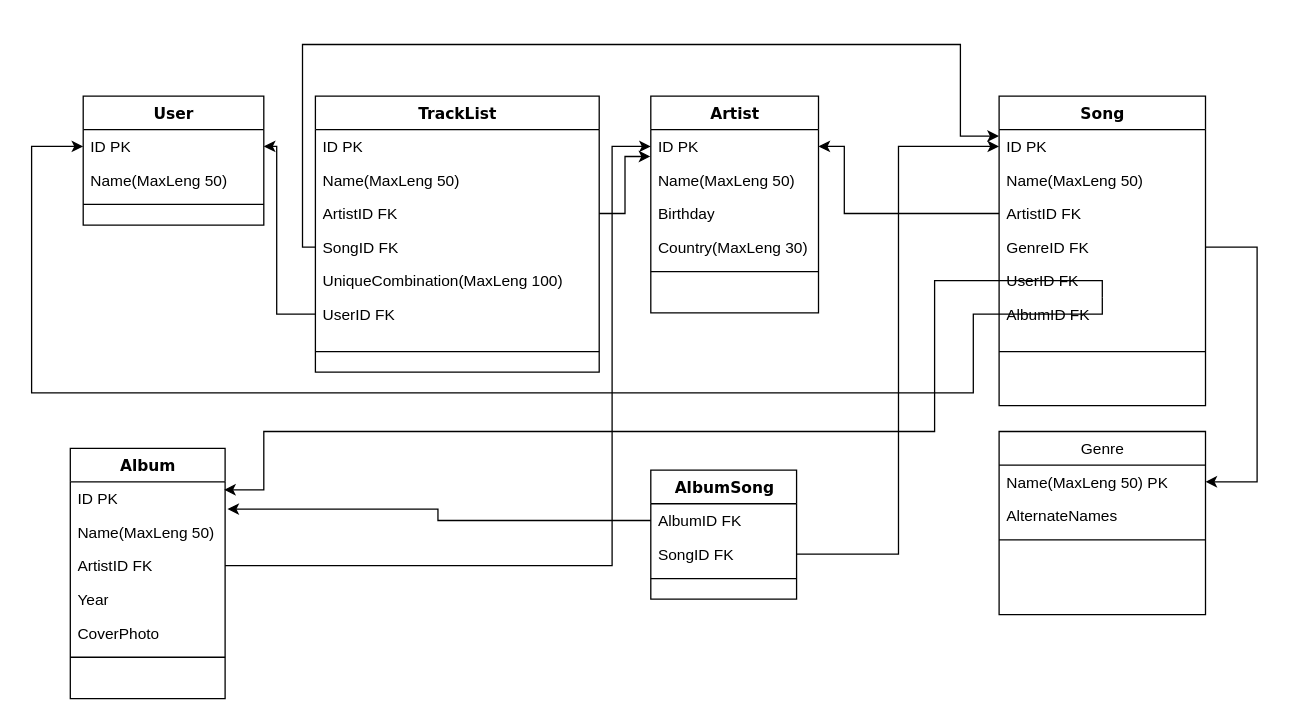
Before: TrackListDiagram.drawio in C0baltt/Course_project, a draw.io diagram. Source tidied: cells renumbered, new cells numbered last; positions are measured from the earlier drawing's top-left corner, leaving out a move shared by most shapes. Both pictures are drawn from the tidied source at 129%, with x=0, y=0 at pixel (31, 44).
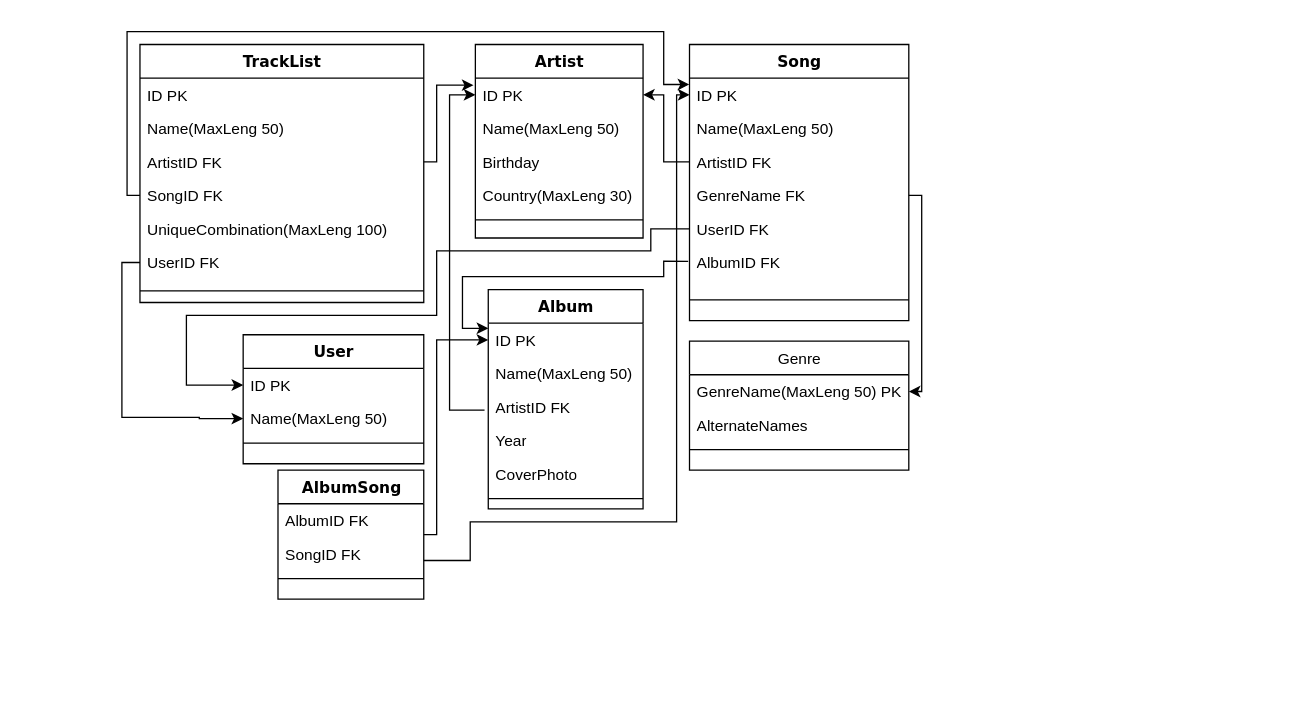
The same diagram, later.

Unchanged cells that the change refers to:
```xml
<mxCell id="3" value="ID PK" style="text;html=1;strokeColor=none;fillColor=none;align=left;verticalAlign=top;spacingLeft=4;spacingRight=4;whiteSpace=wrap;overflow=hidden;points=[[0,0.5],[1,0.5]];portConstraint=eastwest;" parent="2" vertex="1">
  <mxGeometry y="26" width="140" height="26" as="geometry" />
</mxCell>
<mxCell id="4" value="Name(MaxLeng 50)" style="text;html=1;strokeColor=none;fillColor=none;align=left;verticalAlign=top;spacingLeft=4;spacingRight=4;whiteSpace=wrap;overflow=hidden;points=[[0,0.5],[1,0.5]];portConstraint=eastwest;" parent="2" vertex="1">
  <mxGeometry y="52" width="140" height="26" as="geometry" />
</mxCell>
<mxCell id="9" value="ArtistID FK" style="text;html=1;strokeColor=none;fillColor=none;align=left;verticalAlign=top;spacingLeft=4;spacingRight=4;whiteSpace=wrap;overflow=hidden;points=[[0,0.5],[1,0.5]];portConstraint=eastwest;" parent="6" vertex="1">
  <mxGeometry y="78" width="220" height="26" as="geometry" />
</mxCell>
<mxCell id="10" value="SongID FK" style="text;html=1;strokeColor=none;fillColor=none;align=left;verticalAlign=top;spacingLeft=4;spacingRight=4;whiteSpace=wrap;overflow=hidden;points=[[0,0.5],[1,0.5]];portConstraint=eastwest;" parent="6" vertex="1">
  <mxGeometry y="104" width="220" height="26" as="geometry" />
</mxCell>
<mxCell id="12" value="UserID FK" style="text;html=1;strokeColor=none;fillColor=none;align=left;verticalAlign=top;spacingLeft=4;spacingRight=4;whiteSpace=wrap;overflow=hidden;points=[[0,0.5],[1,0.5]];portConstraint=eastwest;" parent="6" vertex="1">
  <mxGeometry y="156" width="220" height="26" as="geometry" />
</mxCell>
<mxCell id="15" value="ID PK" style="text;html=1;strokeColor=none;fillColor=none;align=left;verticalAlign=top;spacingLeft=4;spacingRight=4;whiteSpace=wrap;overflow=hidden;points=[[0,0.5],[1,0.5]];portConstraint=eastwest;" parent="14" vertex="1">
  <mxGeometry y="26" width="120" height="26" as="geometry" />
</mxCell>
<mxCell id="17" value="ArtistID FK" style="text;html=1;strokeColor=none;fillColor=none;align=left;verticalAlign=top;spacingLeft=4;spacingRight=4;whiteSpace=wrap;overflow=hidden;points=[[0,0.5],[1,0.5]];portConstraint=eastwest;" parent="14" vertex="1">
  <mxGeometry y="78" width="120" height="26" as="geometry" />
</mxCell>
<mxCell id="22" value="ID PK" style="text;html=1;strokeColor=none;fillColor=none;align=left;verticalAlign=top;spacingLeft=4;spacingRight=4;whiteSpace=wrap;overflow=hidden;points=[[0,0.5],[1,0.5]];portConstraint=eastwest;" parent="21" vertex="1">
  <mxGeometry y="26" width="130" height="26" as="geometry" />
</mxCell>
<mxCell id="28" value="AlbumID FK" style="text;html=1;strokeColor=none;fillColor=none;align=left;verticalAlign=top;spacingLeft=4;spacingRight=4;whiteSpace=wrap;overflow=hidden;points=[[0,0.5],[1,0.5]];portConstraint=eastwest;" parent="27" vertex="1">
  <mxGeometry y="26" width="113" height="26" as="geometry" />
</mxCell>
<mxCell id="29" value="SongID FK" style="text;html=1;strokeColor=none;fillColor=none;align=left;verticalAlign=top;spacingLeft=4;spacingRight=4;whiteSpace=wrap;overflow=hidden;points=[[0,0.5],[1,0.5]];portConstraint=eastwest;" parent="27" vertex="1">
  <mxGeometry y="52" width="113" height="26" as="geometry" />
</mxCell>
```

The edit, as a diff of the source:
```diff
@@
     <mxCell id="2" value="User" style="swimlane;html=1;fontStyle=1;align=center;verticalAlign=top;horizontal=1;startSize=26;swimlaneFillColor=#ffffff;rounded=0;shadow=0;comic=0;labelBackgroundColor=none;strokeWidth=1;fillColor=none;fontFamily=Verdana;fontSize=12;" parent="1" vertex="1">
-      <mxGeometry x="40" y="40" width="140" height="100" as="geometry" />
+      <mxGeometry x="164" y="225" width="140" height="100" as="geometry" />
     </mxCell>
@@
     <mxCell id="6" value="TrackList" style="swimlane;html=1;fontStyle=1;align=center;verticalAlign=top;horizontal=1;startSize=26;swimlaneFillColor=#ffffff;rounded=0;shadow=0;comic=0;labelBackgroundColor=none;strokeWidth=1;fillColor=none;fontFamily=Verdana;fontSize=12;" parent="1" vertex="1">
-      <mxGeometry x="220" y="40" width="220" height="214" as="geometry" />
+      <mxGeometry x="84" width="220" height="200" as="geometry" />
     </mxCell>
@@
     <mxCell id="13" style="line;html=1;strokeWidth=1;fillColor=none;align=left;verticalAlign=middle;spacingTop=-1;spacingLeft=3;spacingRight=3;labelPosition=right;" parent="6" vertex="1">
-      <mxGeometry y="182" width="220" height="32" as="geometry" />
+      <mxGeometry y="182" width="220" height="18" as="geometry" />
     </mxCell>
     <mxCell id="14" value="Album" style="swimlane;html=1;fontStyle=1;align=center;verticalAlign=top;horizontal=1;startSize=26;swimlaneFillColor=#ffffff;rounded=0;shadow=0;comic=0;labelBackgroundColor=none;strokeWidth=1;fillColor=none;fontFamily=Verdana;fontSize=12;" parent="1" vertex="1">
-      <mxGeometry x="30" y="313" width="120" height="194" as="geometry" />
+      <mxGeometry x="354" y="190" width="120" height="170" as="geometry" />
     </mxCell>
@@
     <mxCell id="21" value="Artist" style="swimlane;html=1;fontStyle=1;align=center;verticalAlign=top;horizontal=1;startSize=26;swimlaneFillColor=#ffffff;rounded=0;shadow=0;comic=0;labelBackgroundColor=none;strokeWidth=1;fillColor=none;fontFamily=Verdana;fontSize=12;" parent="1" vertex="1">
-      <mxGeometry x="480" y="40" width="130" height="168" as="geometry" />
+      <mxGeometry x="344" width="130" height="150" as="geometry" />
     </mxCell>
@@
     <mxCell id="27" value="AlbumSong" style="swimlane;html=1;fontStyle=1;align=center;verticalAlign=top;horizontal=1;startSize=26;swimlaneFillColor=#ffffff;rounded=0;shadow=0;comic=0;labelBackgroundColor=none;strokeWidth=1;fillColor=none;fontFamily=Verdana;fontSize=12;" parent="1" vertex="1">
-      <mxGeometry x="480" y="330" width="113" height="100" as="geometry" />
+      <mxGeometry x="191" y="330" width="113" height="100" as="geometry" />
     </mxCell>
@@
     <mxCell id="31" value="Song" style="swimlane;html=1;fontStyle=1;align=center;verticalAlign=top;horizontal=1;startSize=26;swimlaneFillColor=#ffffff;rounded=0;shadow=0;comic=0;labelBackgroundColor=none;strokeWidth=1;fillColor=none;fontFamily=Verdana;fontSize=12;" parent="1" vertex="1">
-      <mxGeometry x="750" y="40" width="160" height="240" as="geometry" />
+      <mxGeometry x="510" width="170" height="214" as="geometry" />
     </mxCell>
     <mxCell id="32" value="ID PK" style="text;html=1;strokeColor=none;fillColor=none;align=left;verticalAlign=top;spacingLeft=4;spacingRight=4;whiteSpace=wrap;overflow=hidden;points=[[0,0.5],[1,0.5]];portConstraint=eastwest;" parent="31" vertex="1">
-      <mxGeometry y="26" width="160" height="26" as="geometry" />
+      <mxGeometry y="26" width="170" height="26" as="geometry" />
     </mxCell>
     <mxCell id="33" value="Name(MaxLeng 50)" style="text;html=1;strokeColor=none;fillColor=none;align=left;verticalAlign=top;spacingLeft=4;spacingRight=4;whiteSpace=wrap;overflow=hidden;" parent="31" vertex="1">
-      <mxGeometry y="52" width="160" height="26" as="geometry" />
+      <mxGeometry y="52" width="170" height="26" as="geometry" />
     </mxCell>
     <mxCell id="34" value="ArtistID FK" style="text;html=1;strokeColor=none;fillColor=none;align=left;verticalAlign=top;spacingLeft=4;spacingRight=4;whiteSpace=wrap;overflow=hidden;points=[[0,0.5],[1,0.5]];portConstraint=eastwest;" parent="31" vertex="1">
-      <mxGeometry y="78" width="160" height="26" as="geometry" />
+      <mxGeometry y="78" width="170" height="26" as="geometry" />
     </mxCell>
-    <mxCell id="35" value="GenreID FK" style="text;html=1;strokeColor=none;fillColor=none;align=left;verticalAlign=top;spacingLeft=4;spacingRight=4;whiteSpace=wrap;overflow=hidden;points=[[0,0.5],[1,0.5]];portConstraint=eastwest;" parent="31" vertex="1">
-      <mxGeometry y="104" width="160" height="26" as="geometry" />
+    <mxCell id="35" value="GenreName FK" style="text;html=1;strokeColor=none;fillColor=none;align=left;verticalAlign=top;spacingLeft=4;spacingRight=4;whiteSpace=wrap;overflow=hidden;points=[[0,0.5],[1,0.5]];portConstraint=eastwest;" parent="31" vertex="1">
+      <mxGeometry y="104" width="170" height="26" as="geometry" />
     </mxCell>
     <mxCell id="36" value="UserID FK" style="text;html=1;strokeColor=none;fillColor=none;align=left;verticalAlign=top;spacingLeft=4;spacingRight=4;whiteSpace=wrap;overflow=hidden;points=[[0,0.5],[1,0.5]];portConstraint=eastwest;" parent="31" vertex="1">
-      <mxGeometry y="130" width="160" height="26" as="geometry" />
+      <mxGeometry y="130" width="170" height="26" as="geometry" />
     </mxCell>
     <mxCell id="37" value="AlbumID FK" style="text;html=1;strokeColor=none;fillColor=none;align=left;verticalAlign=top;spacingLeft=4;spacingRight=4;whiteSpace=wrap;overflow=hidden;points=[[0,0.5],[1,0.5]];portConstraint=eastwest;" parent="31" vertex="1">
-      <mxGeometry y="156" width="160" height="26" as="geometry" />
+      <mxGeometry y="156" width="170" height="26" as="geometry" />
     </mxCell>
     <mxCell id="38" style="line;html=1;strokeWidth=1;fillColor=none;align=left;verticalAlign=middle;spacingTop=-1;spacingLeft=3;spacingRight=3;labelPosition=right;" parent="31" vertex="1">
-      <mxGeometry y="182" width="160" height="32" as="geometry" />
+      <mxGeometry y="182" width="170" height="32" as="geometry" />
     </mxCell>
     <mxCell id="39" value="&lt;span style=&quot;font-family: &amp;#34;helvetica&amp;#34; ; font-weight: 400 ; text-align: left&quot;&gt;Genre&lt;/span&gt;" style="swimlane;html=1;fontStyle=1;align=center;verticalAlign=top;horizontal=1;startSize=26;swimlaneFillColor=#ffffff;rounded=0;shadow=0;comic=0;labelBackgroundColor=none;strokeWidth=1;fillColor=none;fontFamily=Verdana;fontSize=12;" parent="1" vertex="1">
-      <mxGeometry x="750" y="300" width="160" height="142" as="geometry" />
+      <mxGeometry x="510" y="230" width="170" height="100" as="geometry" />
     </mxCell>
-    <mxCell id="40" value="Name(MaxLeng 50) PK" style="text;html=1;strokeColor=none;fillColor=none;align=left;verticalAlign=top;spacingLeft=4;spacingRight=4;whiteSpace=wrap;overflow=hidden;points=[[0,0.5],[1,0.5]];portConstraint=eastwest;" parent="39" vertex="1">
-      <mxGeometry y="26" width="160" height="26" as="geometry" />
+    <mxCell id="40" value="GenreName(MaxLeng 50) PK" style="text;html=1;strokeColor=none;fillColor=none;align=left;verticalAlign=top;spacingLeft=4;spacingRight=4;whiteSpace=wrap;overflow=hidden;points=[[0,0.5],[1,0.5]];portConstraint=eastwest;" parent="39" vertex="1">
+      <mxGeometry y="26" width="170" height="26" as="geometry" />
     </mxCell>
     <mxCell id="41" value="AlternateNames" style="text;html=1;strokeColor=none;fillColor=none;align=left;verticalAlign=top;spacingLeft=4;spacingRight=4;whiteSpace=wrap;overflow=hidden;" parent="39" vertex="1">
-      <mxGeometry y="52" width="160" height="26" as="geometry" />
+      <mxGeometry y="52" width="170" height="26" as="geometry" />
     </mxCell>
     <mxCell id="42" style="line;html=1;strokeWidth=1;fillColor=none;align=left;verticalAlign=middle;spacingTop=-1;spacingLeft=3;spacingRight=3;labelPosition=right;" parent="39" vertex="1">
-      <mxGeometry y="78" width="160" height="12" as="geometry" />
+      <mxGeometry y="78" width="170" height="12" as="geometry" />
     </mxCell>
-    <mxCell id="43" style="edgeStyle=orthogonalEdgeStyle;rounded=0;jettySize=auto;html=1;entryX=1;entryY=0.5;entryDx=0;entryDy=0;" parent="1" edge="1" source="12" target="3">
+    <mxCell id="43" style="edgeStyle=orthogonalEdgeStyle;rounded=0;jettySize=auto;html=1;entryX=0;entryY=0.5;entryDx=0;entryDy=0;" parent="1" edge="1" source="12" target="4">
       <mxGeometry relative="1" as="geometry">
         <Array as="points">
-          <mxPoint x="190" y="209" />
-          <mxPoint x="190" y="79" />
+          <mxPoint x="70" y="169" />
+          <mxPoint x="70" y="289" />
+          <mxPoint x="130" y="289" />
         </Array>
       </mxGeometry>
     </mxCell>
-    <mxCell id="44" style="edgeStyle=orthogonalEdgeStyle;rounded=0;jettySize=auto;html=1;exitX=0;exitY=0.5;exitDx=0;exitDy=0;entryX=-0.001;entryY=0.192;entryDx=0;entryDy=0;entryPerimeter=0;" parent="1" edge="1" source="10" target="32">
+    <mxCell id="44" style="edgeStyle=orthogonalEdgeStyle;rounded=0;jettySize=auto;html=1;exitX=0;exitY=0.5;exitDx=0;exitDy=0;entryX=-0.001;entryY=0.192;entryDx=0;entryDy=0;entryPerimeter=0;fillColor=#00BF00;" parent="1" edge="1" source="10" target="32">
       <mxGeometry relative="1" as="geometry">
         <Array as="points">
-          <mxPoint x="210" y="157" />
-          <mxPoint x="210" />
-          <mxPoint x="720" />
-          <mxPoint x="720" y="71" />
+          <mxPoint x="74" y="117" />
+          <mxPoint x="74" y="-10" />
+          <mxPoint x="490" y="-10" />
+          <mxPoint x="490" y="31" />
         </Array>
       </mxGeometry>
     </mxCell>
-    <mxCell id="45" style="edgeStyle=orthogonalEdgeStyle;rounded=0;jettySize=auto;html=1;exitX=1;exitY=0.5;exitDx=0;exitDy=0;entryX=1;entryY=0.5;entryDx=0;entryDy=0;" parent="1" edge="1" source="35">
+    <mxCell id="45" style="edgeStyle=orthogonalEdgeStyle;rounded=0;jettySize=auto;html=1;exitX=1;exitY=0.5;exitDx=0;exitDy=0;entryX=1;entryY=0.5;entryDx=0;entryDy=0;" parent="1" edge="1" source="35" target="40">
       <mxGeometry relative="1" as="geometry">
-        <mxPoint x="910" y="339" as="targetPoint" />
         <Array as="points">
-          <mxPoint x="950" y="157" />
-          <mxPoint x="950" y="339" />
+          <mxPoint x="690" y="117" />
+          <mxPoint x="690" y="269" />
         </Array>
       </mxGeometry>
     </mxCell>
-    <mxCell id="46" style="edgeStyle=orthogonalEdgeStyle;rounded=0;jettySize=auto;html=1;entryX=0;entryY=0.5;entryDx=0;entryDy=0;" parent="1" edge="1" source="36" target="3">
+    <mxCell id="46" style="edgeStyle=orthogonalEdgeStyle;rounded=0;jettySize=auto;html=1;exitX=-0.006;exitY=0.463;exitDx=0;exitDy=0;exitPerimeter=0;" parent="1" edge="1" source="37" target="15">
       <mxGeometry relative="1" as="geometry">
         <Array as="points">
-          <mxPoint x="730" y="209" />
-          <mxPoint x="730" y="270" />
-          <mxPoint y="270" />
-          <mxPoint y="79" />
+          <mxPoint x="490" y="168" />
+          <mxPoint x="490" y="180" />
+          <mxPoint x="334" y="180" />
+          <mxPoint x="334" y="220" />
         </Array>
       </mxGeometry>
     </mxCell>
     <mxCell id="47" style="edgeStyle=orthogonalEdgeStyle;rounded=0;jettySize=auto;html=1;entryX=0;entryY=0.5;entryDx=0;entryDy=0;" parent="1" edge="1" source="29" target="32">
       <mxGeometry relative="1" as="geometry">
         <Array as="points">
-          <mxPoint x="672" y="395" />
-          <mxPoint x="672" y="79" />
+          <mxPoint x="340" y="400" />
+          <mxPoint x="340" y="370" />
+          <mxPoint x="500" y="370" />
+          <mxPoint x="500" y="39" />
         </Array>
       </mxGeometry>
     </mxCell>
-    <mxCell id="48" style="edgeStyle=orthogonalEdgeStyle;rounded=0;jettySize=auto;html=1;entryX=0.994;entryY=0.237;entryDx=0;entryDy=0;entryPerimeter=0;" parent="1" edge="1" source="37" target="15">
+    <mxCell id="48" style="edgeStyle=orthogonalEdgeStyle;rounded=0;jettySize=auto;html=1;exitX=0;exitY=0.5;exitDx=0;exitDy=0;entryX=0;entryY=0.5;entryDx=0;entryDy=0;" parent="1" edge="1" source="36" target="3">
       <mxGeometry relative="1" as="geometry">
         <Array as="points">
-          <mxPoint x="700" y="183" />
-          <mxPoint x="700" y="300" />
-          <mxPoint x="180" y="300" />
-          <mxPoint x="180" y="345" />
+          <mxPoint x="480" y="143" />
+          <mxPoint x="480" y="160" />
+          <mxPoint x="314" y="160" />
+          <mxPoint x="314" y="210" />
+          <mxPoint x="120" y="210" />
+          <mxPoint x="120" y="264" />
         </Array>
       </mxGeometry>
     </mxCell>
     <mxCell id="49" style="edgeStyle=orthogonalEdgeStyle;rounded=0;jettySize=auto;html=1;exitX=0;exitY=0.5;exitDx=0;exitDy=0;entryX=1;entryY=0.5;entryDx=0;entryDy=0;" parent="1" edge="1" source="34" target="22">
       <mxGeometry relative="1" as="geometry">
         <Array as="points">
-          <mxPoint x="630" y="131" />
-          <mxPoint x="630" y="79" />
+          <mxPoint x="490" y="91" />
+          <mxPoint x="490" y="39" />
         </Array>
       </mxGeometry>
     </mxCell>
-    <mxCell id="50" style="edgeStyle=orthogonalEdgeStyle;rounded=0;jettySize=auto;html=1;" parent="1" edge="1" source="17" target="22">
+    <mxCell id="50" style="edgeStyle=orthogonalEdgeStyle;rounded=0;jettySize=auto;html=1;exitX=-0.024;exitY=0.593;exitDx=0;exitDy=0;exitPerimeter=0;entryX=0;entryY=0.5;entryDx=0;entryDy=0;" parent="1" edge="1" source="17" target="22">
       <mxGeometry relative="1" as="geometry">
         <Array as="points">
-          <mxPoint x="450" y="404" />
-          <mxPoint x="450" y="79" />
+          <mxPoint x="324" y="283" />
+          <mxPoint x="324" y="39" />
         </Array>
       </mxGeometry>
     </mxCell>
-    <mxCell id="51" style="edgeStyle=orthogonalEdgeStyle;rounded=0;jettySize=auto;html=1;entryX=-0.003;entryY=0.801;entryDx=0;entryDy=0;entryPerimeter=0;" parent="1" edge="1" source="9" target="22">
-      <mxGeometry relative="1" as="geometry" />
+    <mxCell id="51" style="edgeStyle=orthogonalEdgeStyle;rounded=0;jettySize=auto;html=1;entryX=-0.011;entryY=0.212;entryDx=0;entryDy=0;entryPerimeter=0;" parent="1" edge="1" source="9" target="22">
+      <mxGeometry relative="1" as="geometry">
+        <Array as="points">
+          <mxPoint x="314" y="91" />
+          <mxPoint x="314" y="32" />
+        </Array>
+      </mxGeometry>
     </mxCell>
-    <mxCell id="52" style="edgeStyle=orthogonalEdgeStyle;rounded=0;jettySize=auto;html=1;entryX=1.015;entryY=0.814;entryDx=0;entryDy=0;entryPerimeter=0;" parent="1" edge="1" source="28" target="15">
-      <mxGeometry relative="1" as="geometry" />
+    <mxCell id="52" style="edgeStyle=orthogonalEdgeStyle;rounded=0;jettySize=auto;html=1;" parent="1" edge="1" source="28" target="15">
+      <mxGeometry relative="1" as="geometry">
+        <Array as="points">
+          <mxPoint x="314" y="380" />
+          <mxPoint x="314" y="229" />
+        </Array>
+      </mxGeometry>
     </mxCell>
```
